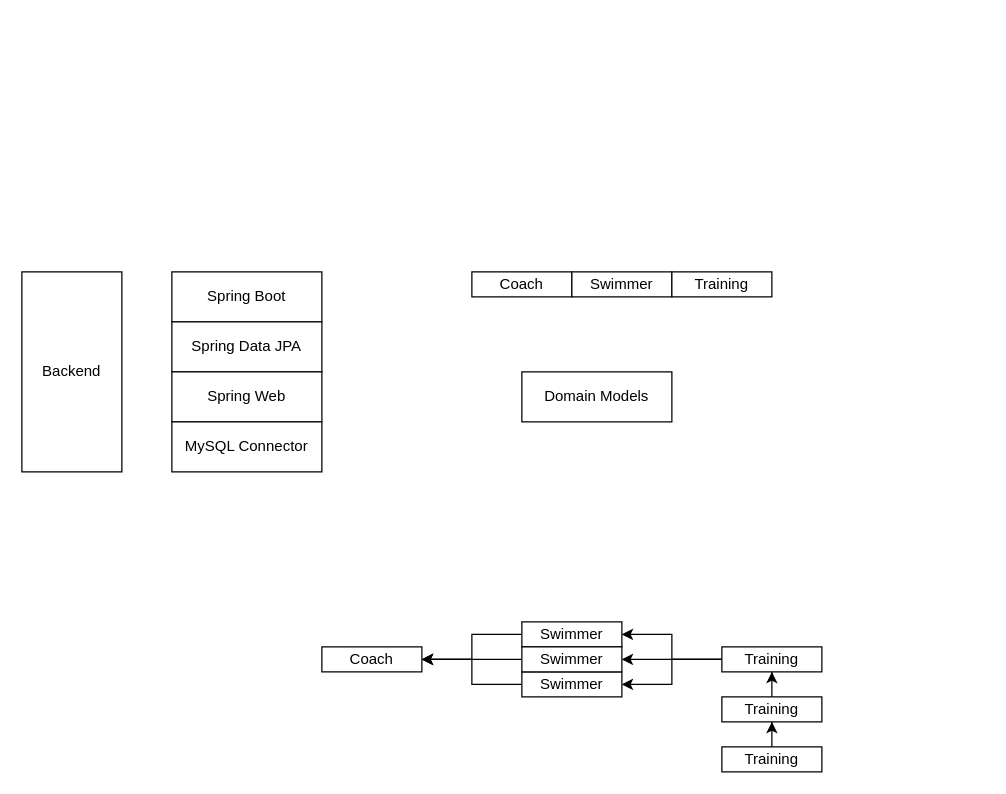
Earlier version of the draw.io diagram page "Page-1" (1 of 4) of spring-boot-and-angular-project.drawio (Kur0liszek/nauka). Source tidied: cells renumbered, new cells numbered last; positions are measured from the earlier drawing's top-left corner, leaving out a move shared by most shapes. Both pictures are drawn from the tidied source at 125%, with x=0, y=0 at pixel (21, 271).
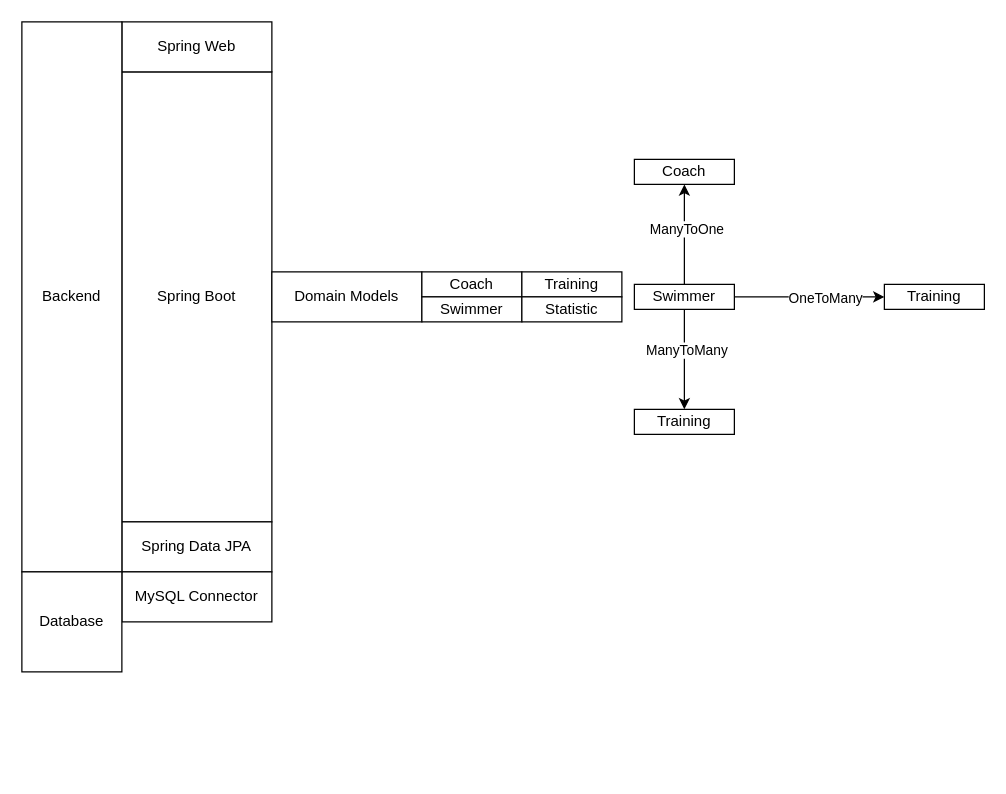
The same diagram, later.

The edit, as a diff of the source:
```diff
@@
     <mxCell id="2" value="Spring Boot" style="whiteSpace=wrap;html=1;" parent="1" vertex="1">
-      <mxGeometry x="120" width="120" height="40" as="geometry" />
+      <mxGeometry x="80" y="-160" width="120" height="360" as="geometry" />
     </mxCell>
     <mxCell id="3" value="Spring Data JPA" style="whiteSpace=wrap;html=1;" parent="1" vertex="1">
-      <mxGeometry x="120" y="40" width="120" height="40" as="geometry" />
+      <mxGeometry x="80" y="200" width="120" height="40" as="geometry" />
     </mxCell>
     <mxCell id="4" value="Spring Web" style="whiteSpace=wrap;html=1;" parent="1" vertex="1">
-      <mxGeometry x="120" y="80" width="120" height="40" as="geometry" />
+      <mxGeometry x="80" y="-200" width="120" height="40" as="geometry" />
     </mxCell>
     <mxCell id="5" value="MySQL Connector" style="whiteSpace=wrap;html=1;" parent="1" vertex="1">
-      <mxGeometry x="120" y="120" width="120" height="40" as="geometry" />
+      <mxGeometry x="80" y="240" width="120" height="40" as="geometry" />
     </mxCell>
     <mxCell id="6" value="Backend" style="whiteSpace=wrap;html=1;" parent="1" vertex="1">
-      <mxGeometry width="80" height="160" as="geometry" />
+      <mxGeometry y="-200" width="80" height="440" as="geometry" />
     </mxCell>
     <mxCell id="7" value="Domain Models" style="whiteSpace=wrap;html=1;" parent="1" vertex="1">
-      <mxGeometry x="400" y="80" width="120" height="40" as="geometry" />
+      <mxGeometry x="200" width="120" height="40" as="geometry" />
     </mxCell>
     <mxCell id="8" value="Coach" style="whiteSpace=wrap;html=1;" parent="1" vertex="1">
-      <mxGeometry x="360" width="80" height="20" as="geometry" />
+      <mxGeometry x="320" width="80" height="20" as="geometry" />
     </mxCell>
     <mxCell id="9" value="Swimmer" style="whiteSpace=wrap;html=1;" parent="1" vertex="1">
-      <mxGeometry x="440" width="80" height="20" as="geometry" />
+      <mxGeometry x="320" y="20" width="80" height="20" as="geometry" />
     </mxCell>
     <mxCell id="10" value="Training" style="whiteSpace=wrap;html=1;" parent="1" vertex="1">
-      <mxGeometry x="520" width="80" height="20" as="geometry" />
+      <mxGeometry x="400" width="80" height="20" as="geometry" />
     </mxCell>
-    <mxCell id="11" value="Coach" style="whiteSpace=wrap;html=1;" parent="1" vertex="1">
-      <mxGeometry x="240" y="300" width="80" height="20" as="geometry" />
-    </mxCell>
-    <mxCell id="12" style="edgeStyle=orthogonalEdgeStyle;rounded=0;jettySize=auto;html=1;" parent="1" edge="1" source="13" target="11">
-      <mxGeometry relative="1" as="geometry" />
-    </mxCell>
-    <mxCell id="13" value="Swimmer" style="whiteSpace=wrap;html=1;" parent="1" vertex="1">
-      <mxGeometry x="400" y="280" width="80" height="20" as="geometry" />
-    </mxCell>
-    <mxCell id="14" style="edgeStyle=orthogonalEdgeStyle;rounded=0;jettySize=auto;html=1;" parent="1" edge="1" source="15" target="17">
-      <mxGeometry relative="1" as="geometry" />
-    </mxCell>
     <mxCell id="15" value="Training" style="whiteSpace=wrap;html=1;" parent="1" vertex="1">
-      <mxGeometry x="560" y="300" width="80" height="20" as="geometry" />
+      <mxGeometry x="490" y="110" width="80" height="20" as="geometry" />
     </mxCell>
-    <mxCell id="16" style="edgeStyle=orthogonalEdgeStyle;rounded=0;jettySize=auto;html=1;" parent="1" edge="1" source="17" target="11">
+    <mxCell id="16" style="edgeStyle=orthogonalEdgeStyle;rounded=0;jettySize=auto;html=1;startArrow=none;startFill=0;" parent="1" edge="1" source="17" target="11">
       <mxGeometry relative="1" as="geometry" />
     </mxCell>
+    <mxCell id="26" value="ManyToOne" style="edgeLabel;html=1;align=center;verticalAlign=middle;" parent="16" vertex="1">
+      <mxGeometry x="0.13" y="-1" relative="1" as="geometry" />
+    </mxCell>
+    <mxCell id="27" style="edgeStyle=orthogonalEdgeStyle;rounded=0;jettySize=auto;html=1;startArrow=none;startFill=0;" parent="1" edge="1" source="17" target="15">
+      <mxGeometry relative="1" as="geometry" />
+    </mxCell>
+    <mxCell id="28" value="ManyToMany" style="edgeLabel;html=1;align=center;verticalAlign=middle;" parent="27" vertex="1">
+      <mxGeometry x="-0.2" y="1" relative="1" as="geometry" />
+    </mxCell>
+    <mxCell id="29" style="edgeStyle=orthogonalEdgeStyle;rounded=0;jettySize=auto;html=1;startArrow=none;startFill=0;" parent="1" edge="1" source="17" target="23">
+      <mxGeometry relative="1" as="geometry" />
+    </mxCell>
+    <mxCell id="30" value="OneToMany" style="edgeLabel;html=1;align=center;verticalAlign=middle;" parent="29" vertex="1">
+      <mxGeometry x="0.2" relative="1" as="geometry" />
+    </mxCell>
     <mxCell id="17" value="Swimmer" style="whiteSpace=wrap;html=1;" parent="1" vertex="1">
-      <mxGeometry x="400" y="320" width="80" height="20" as="geometry" />
+      <mxGeometry x="490" y="10" width="80" height="20" as="geometry" />
     </mxCell>
-    <mxCell id="18" style="edgeStyle=orthogonalEdgeStyle;rounded=0;jettySize=auto;html=1;" parent="1" edge="1" source="19" target="11">
-      <mxGeometry relative="1" as="geometry" />
-    </mxCell>
-    <mxCell id="19" value="Swimmer" style="whiteSpace=wrap;html=1;" parent="1" vertex="1">
-      <mxGeometry x="400" y="300" width="80" height="20" as="geometry" />
-    </mxCell>
-    <mxCell id="20" style="edgeStyle=orthogonalEdgeStyle;rounded=0;jettySize=auto;html=1;" parent="1" edge="1" source="15" target="19">
-      <mxGeometry relative="1" as="geometry" />
-    </mxCell>
-    <mxCell id="21" style="edgeStyle=orthogonalEdgeStyle;rounded=0;jettySize=auto;html=1;" parent="1" edge="1" source="15" target="13">
-      <mxGeometry relative="1" as="geometry" />
-    </mxCell>
-    <mxCell id="22" style="edgeStyle=orthogonalEdgeStyle;rounded=0;jettySize=auto;html=1;" parent="1" edge="1" source="23" target="15">
-      <mxGeometry relative="1" as="geometry" />
-    </mxCell>
     <mxCell id="23" value="Training" style="whiteSpace=wrap;html=1;" parent="1" vertex="1">
-      <mxGeometry x="560" y="340" width="80" height="20" as="geometry" />
+      <mxGeometry x="690" y="10" width="80" height="20" as="geometry" />
     </mxCell>
-    <mxCell id="24" style="edgeStyle=orthogonalEdgeStyle;rounded=0;jettySize=auto;html=1;" parent="1" edge="1" source="25" target="23">
-      <mxGeometry relative="1" as="geometry" />
-    </mxCell>
-    <mxCell id="25" value="Training" style="whiteSpace=wrap;html=1;" parent="1" vertex="1">
-      <mxGeometry x="560" y="380" width="80" height="20" as="geometry" />
-    </mxCell>
+    <mxCell id="31" value="Statistic" style="whiteSpace=wrap;html=1;" parent="1" vertex="1">
+      <mxGeometry x="400" y="20" width="80" height="20" as="geometry" />
+    </mxCell>
+    <mxCell id="32" value="Database" style="whiteSpace=wrap;html=1;align=center;verticalAlign=middle;" parent="1" vertex="1">
+      <mxGeometry y="240" width="80" height="80" as="geometry" />
+    </mxCell>
+    <mxCell id="11" value="Coach" style="whiteSpace=wrap;html=1;" parent="1" vertex="1">
+      <mxGeometry x="490" y="-90" width="80" height="20" as="geometry" />
+    </mxCell>
```
